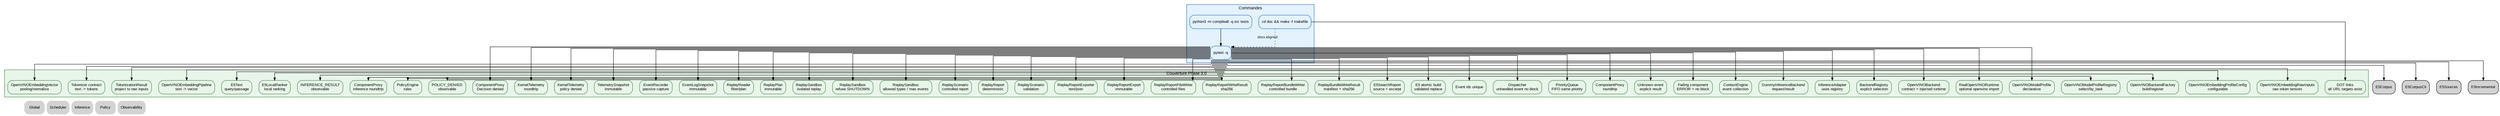
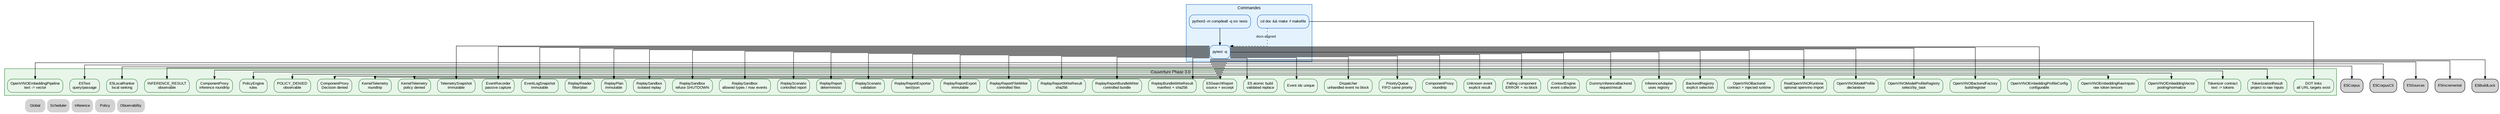
digraph Tests {
    rankdir=TB;
    splines=ortho;

    graph [fontname="Arial", fontsize=11];
    node [shape=box, style="rounded,filled", fontname="Arial", fontsize=10];
    edge [fontname="Arial", fontsize=9, arrowsize=0.7];

    // ROADMAP_NOTE[phase2_9]:
    // Ajout des tests RealOpenVINORuntime avec faux module openvino injecté.
    // Ces tests valident l'import isolé, les entrées brutes, le cache de modèle
    // compilé et l'absence de modèle/tokenizer imposé.

    // ROADMAP_NOTE[phase3_0]:
    // Ajout des tests OpenVINOModelProfile et OpenVINOModelProfileRegistry pour
    // préparer plusieurs modèles sans fallback implicite.

    // ROADMAP_NOTE[phase3_1]:
    // Ajout des tests OpenVINOBackendFactory pour construire et enregistrer un
    // backend depuis un profil explicite sans importer openvino.

    // ROADMAP_NOTE[phase3_2]:
    // Ajout des tests OpenVINOEmbeddingProfileConfig pour déclarer un profil
    // embedding configurable sans modèle local imposé.

    // ROADMAP_NOTE[phase3_3]:
    // Ajout des tests OpenVINOEmbeddingRawInputs et
    // OpenVINOEmbeddingOutputAdapter pour valider tokens bruts, pooling,
    // normalisation et vecteur stable sans tokenizer ni Qdrant.

    // ROADMAP_NOTE[phase3_4]:
    // Ajout des tests TokenizerConfig, TokenizationRequest,
    // TokenizationResult et TokenizerRegistry pour préparer texte -> tokens
    // sans dépendance externe imposée.

    // ROADMAP_NOTE[phase3_6]:
    // Ajout des tests DeterministicTokenizer pour valider un tokenizer concret
    // pure stdlib sans vocabulaire réel ni compatibilité modèle revendiquée.

    // ROADMAP_NOTE[phase3_10]:
    // Ajout des tests E5Text et E5LocalRanker pour verrouiller query/passage
    // et valider un ranking local avant Qdrant.

    // ROADMAP_NOTE[phase3_12]:
    // Ajout des tests E5CorpusBuilder, E5CorpusSearcher, E5CorpusJsonStore
    // et CLI corpus pour persister des passages vectorisés avant Qdrant.

    // ROADMAP_NOTE[phase3_14]:
    // Ajout des tests E5SearchReport et CLI source context pour afficher
    // source_path, lignes et extrait dans les résultats de recherche.

    // ROADMAP_NOTE[phase3_15]:
    // Ajout des tests E5IncrementalCorpusBuilder et CLI --reuse-index pour
    // garantir la réutilisation déterministe des embeddings inchangés.

    // ROADMAP_NOTE[phase3_16]:
    // Ajout des tests E5CorpusJsonStore.write_atomic pour garantir que la
    // cible n'est remplacée qu'après validation complète du JSON temporaire.
+ 
+     // ROADMAP_NOTE[phase3_17]:
+     // Ajout des tests E5CorpusBuildLock et CLI build verrouillé pour empêcher
+     // deux reconstructions concurrentes vers le même index corpus.

    subgraph cluster_commands {
        label="Commandes";
        color="#1565c0";
        bgcolor="#e3f2fd";
        node [fillcolor="#e3f2fd", color="#1565c0"];
        Compile [label="python3 -m compileall -q src tests"];
        Pytest [label="pytest -q"];
        Dot [label="cd doc && make -f makefile"];
    }

    subgraph cluster_coverage {
        label="Couverture Phase 3.0";
        color="#2e7d32";
        bgcolor="#e8f5e9";
        node [fillcolor="#e8f5e9", color="#2e7d32"];
        EventIds [label="Event ids unique"];
        Dispatcher [label="Dispatcher\nunhandled event no block"];
        Queue [label="PriorityQueue\nFIFO same priority"];
        Proxy [label="ComponentProxy\nroundtrip"];
        Unknown [label="Unknown event\nexplicit result"];
        Failure [label="Failing component\nERROR + no block"];
        Context [label="ContextEngine\nevent collection"];
        Inference [label="DummyInferenceBackend\nrequest/result"];
        InferenceAdapter [label="InferenceAdapter\nuses registry"];
        BackendRegistry [label="BackendRegistry\nexplicit selection"];
        OpenVINOContract [label="OpenVINOBackend\ncontract + injected runtime", URL="../inference/41_openvino_backend.svg"];
        OpenVINORuntime [label="RealOpenVINORuntime\noptional openvino import", URL="../inference/42_openvino_runtime.svg"];
        OpenVINOProfile [label="OpenVINOModelProfile\ndeclarative", URL="../inference/43_openvino_profiles.svg"];
        OpenVINOProfileRegistry [label="OpenVINOModelProfileRegistry\nselect/by_task", URL="../inference/43_openvino_profiles.svg"];
        OpenVINOBackendFactory [label="OpenVINOBackendFactory\nbuild/register", URL="../inference/43_openvino_profiles.svg"];
        OpenVINOEmbeddingProfile [label="OpenVINOEmbeddingProfileConfig\nconfigurable", URL="../inference/44_openvino_embedding_profile.svg"];
        OpenVINOEmbeddingRaw [label="OpenVINOEmbeddingRawInputs\nraw token tensors", URL="../inference/45_openvino_embedding_raw.svg"];
        OpenVINOEmbeddingVector [label="OpenVINOEmbeddingVector\npooling/normalize", URL="../inference/45_openvino_embedding_raw.svg"];
        TokenizerContract [label="Tokenizer contract\ntext -> tokens", URL="../inference/46_tokenizer_contract.svg"];
        TokenizationResult [label="TokenizationResult\nproject to raw inputs", URL="../inference/46_tokenizer_contract.svg"];
        OpenVINOEmbeddingPipeline [label="OpenVINOEmbeddingPipeline\ntext -> vector", URL="../inference/47_openvino_embedding_pipeline.svg"];
        E5Text [label="E5Text\nquery/passage", URL="../inference/49_e5_query_passage.svg"];
        E5LocalRanker [label="E5LocalRanker\nlocal ranking", URL="../inference/49_e5_query_passage.svg"];
        InferenceObs [label="INFERENCE_RESULT\nobservable"];
        InferenceProxy [label="ComponentProxy\ninference roundtrip"];
        PolicyRules [label="PolicyEngine\nrules"];
        PolicyDenied [label="POLICY_DENIED\nobservable"];
        PolicyProxy [label="ComponentProxy\nDecision denied"];
        TelemetryRoundtrip [label="KernelTelemetry\nroundtrip"];
        TelemetryDenied [label="KernelTelemetry\npolicy denied"];
        TelemetrySnapshot [label="TelemetrySnapshot\nimmutable"];
        EventRecorder [label="EventRecorder\npassive capture"];
        EventLogSnapshot [label="EventLogSnapshot\nimmutable"];
        ReplayReader [label="ReplayReader\nfilter/plan"];
        ReplayPlan [label="ReplayPlan\nimmutable"];
        ReplaySandbox [label="ReplaySandbox\nisolated replay"];
        ReplaySandboxDenied [label="ReplaySandbox\nrefuse SHUTDOWN"];
        ReplaySandboxLimits [label="ReplaySandbox\nallowed types / max events"];
        ReplayScenario [label="ReplayScenario\ncontrolled report"];
        ReplayReport [label="ReplayReport\ndeterministic"];
        ReplayScenarioValidation [label="ReplayScenario\nvalidation"];
        ReplayReportExporter [label="ReplayReportExporter\ntext/json"];
        ReplayReportExport [label="ReplayReportExport\nimmutable"];
        ReplayReportFileWriter [label="ReplayReportFileWriter\ncontrolled files"];
        ReplayReportWriteResult [label="ReplayReportWriteResult\nsha256"];
        ReplayReportBundleWriter [label="ReplayReportBundleWriter\ncontrolled bundle"];
        ReplayBundleWriteResult [label="ReplayBundleWriteResult\nmanifest + sha256"];
        E5SearchReport [label="E5SearchReport\nsource + excerpt", URL="../inference/52_e5_search_report.svg"];
        E5AtomicBuild [label="E5 atomic build\nvalidated replace", URL="../inference/54_e5_atomic_build.svg"];
        DotLinks [label="DOT links\nall URL targets exist"];
    }

    Compile -> Pytest;
    Pytest -> EventIds;
    Pytest -> Dispatcher;
    Pytest -> Queue;
    Pytest -> Proxy;
    Pytest -> Unknown;
    Pytest -> Failure;
    Pytest -> Context;
    Pytest -> Inference;
    Pytest -> InferenceAdapter;
    Pytest -> BackendRegistry;
    Pytest -> OpenVINOContract;
    Pytest -> OpenVINORuntime;
    Pytest -> OpenVINOProfile;
    Pytest -> OpenVINOProfileRegistry;
    Pytest -> OpenVINOBackendFactory;
    Pytest -> OpenVINOEmbeddingProfile;
    Pytest -> OpenVINOEmbeddingRaw;
    Pytest -> OpenVINOEmbeddingVector;
    Pytest -> TokenizerContract;
    Pytest -> TokenizationResult;
    Pytest -> OpenVINOEmbeddingPipeline;
    Pytest -> E5Text;
    Pytest -> E5LocalRanker;
    Pytest -> E5Corpus;
    Pytest -> E5CorpusCli;
    Pytest -> E5Sources;
    Pytest -> E5SearchReport;
    Pytest -> E5Incremental;
    Pytest -> E5AtomicBuild;
+     Pytest -> E5BuildLock;
    Pytest -> InferenceObs;
    Pytest -> InferenceProxy;
    Pytest -> PolicyRules;
    Pytest -> PolicyDenied;
    Pytest -> PolicyProxy;
    Pytest -> TelemetryRoundtrip;
    Pytest -> TelemetryDenied;
    Pytest -> TelemetrySnapshot;
    Pytest -> EventRecorder;
    Pytest -> EventLogSnapshot;
    Pytest -> ReplayReader;
    Pytest -> ReplayPlan;
    Pytest -> ReplaySandbox;
    Pytest -> ReplaySandboxDenied;
    Pytest -> ReplaySandboxLimits;
    Pytest -> ReplayScenario;
    Pytest -> ReplayReport;
    Pytest -> ReplayScenarioValidation;
    Pytest -> ReplayReportExporter;
    Pytest -> ReplayReportExport;
    Pytest -> ReplayReportFileWriter;
    Pytest -> ReplayReportWriteResult;
    Pytest -> ReplayReportBundleWriter;
    Pytest -> ReplayBundleWriteResult;
    Dot -> DotLinks;
    Dot -> Pytest [style=dotted, label="docs aligned"];

    Nav_Global [label="Global", shape=plaintext, URL="../00_global.svg"];
    Nav_Scheduler [label="Scheduler", shape=plaintext, URL="../scheduler/10_scheduler.svg"];
    Nav_Inference [label="Inference", shape=plaintext, URL="../inference/40_inference.svg"];
    Nav_Policy [label="Policy", shape=plaintext, URL="../00_global.svg"];
    Nav_Observability [label="Observability", shape=plaintext, URL="../observability/70_observability.svg"];

    { rank=sink; Nav_Global; Nav_Scheduler; Nav_Inference; Nav_Policy; Nav_Observability; }
}
